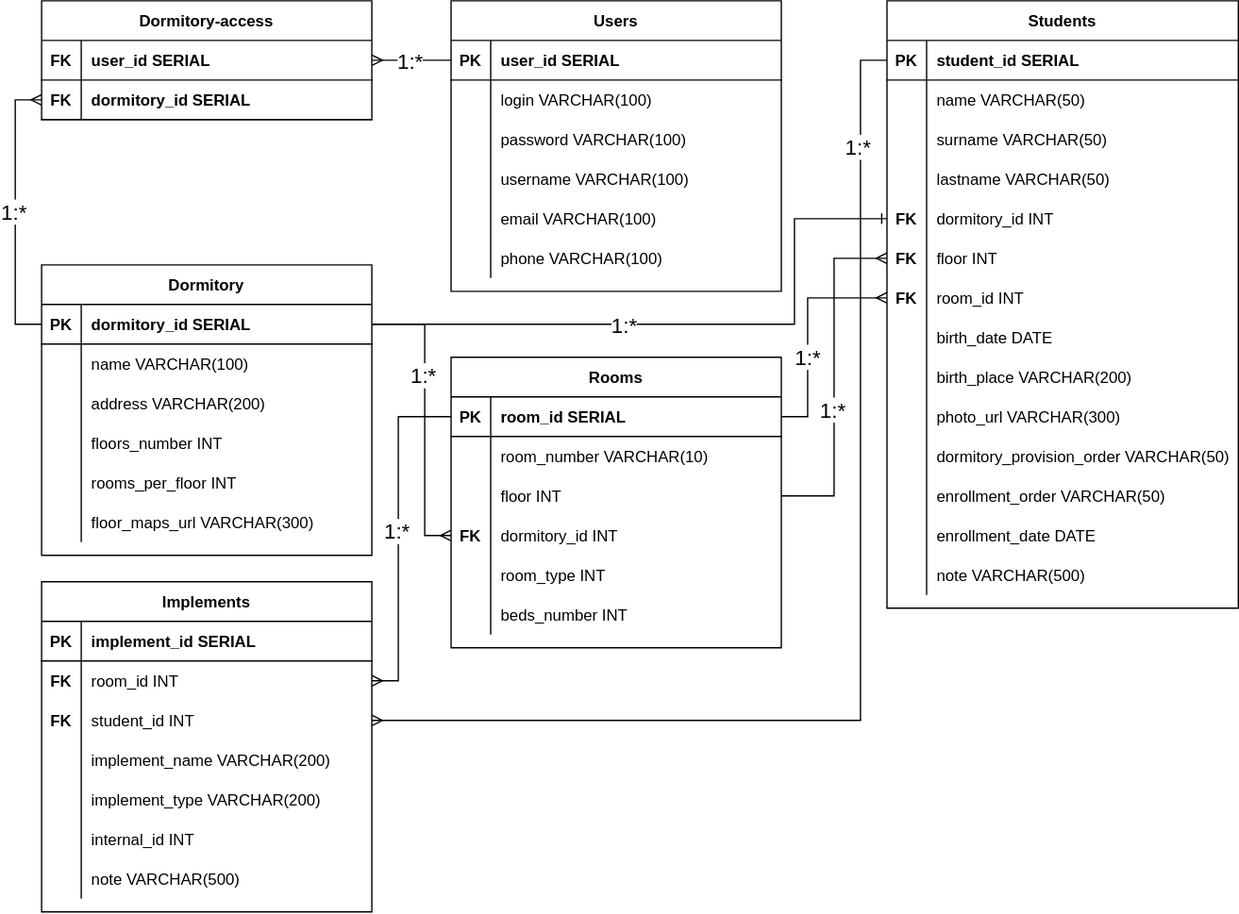
Before: documentation/Dormitory_erd.drawio.svg, a diagram exported from draw.io (vedrent/dormitory-tracker). Source tidied: cells renumbered, new cells last; positions are measured from the earlier drawing's top-left corner, leaving out a move shared by most shapes.
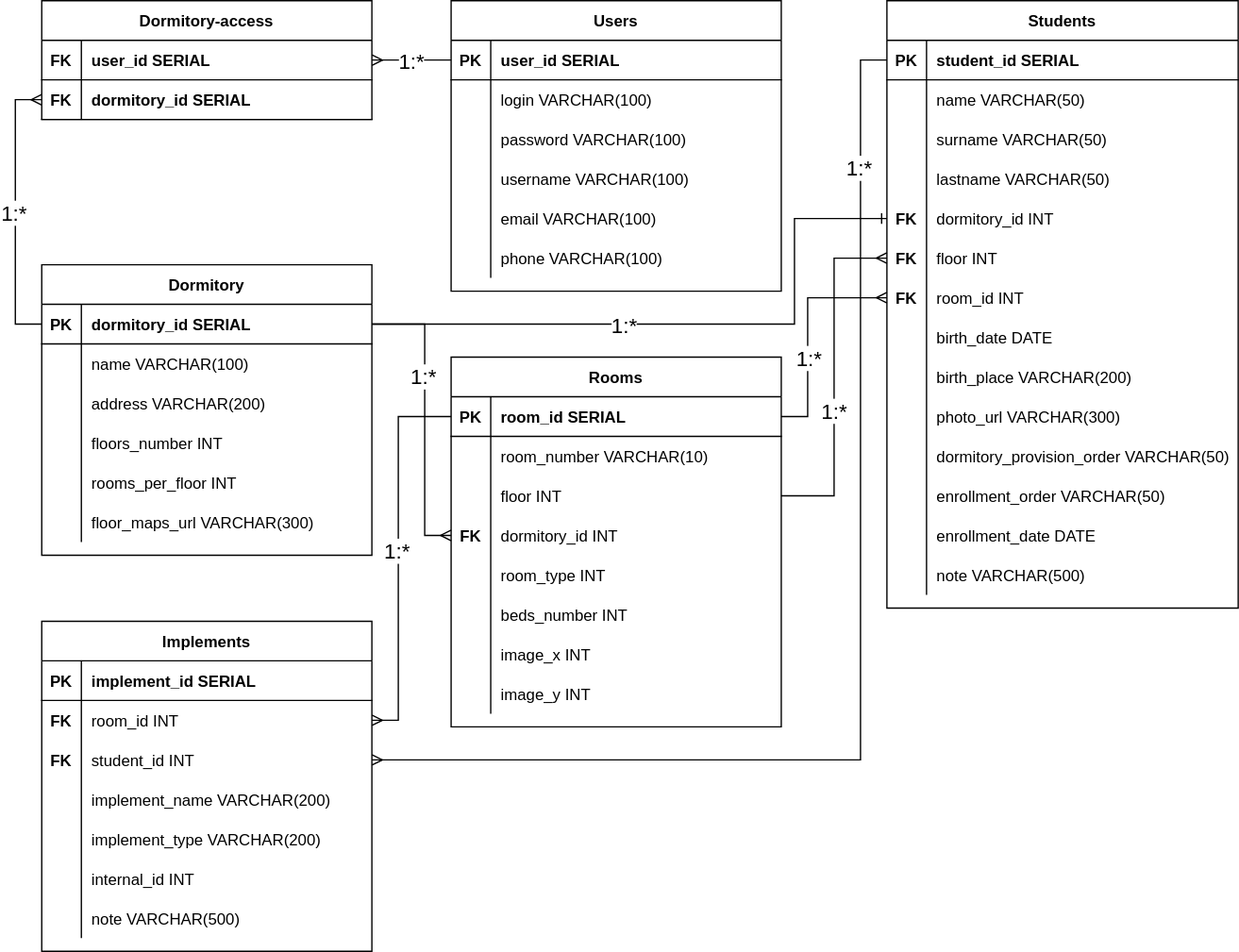
The same file after the commit.

Change to the diagram source:
```diff
@@ -292,7 +292,7 @@
       <mxGeometry y="2" relative="1" as="geometry" />
     </mxCell>
     <mxCell id="96" value="Rooms" style="shape=table;startSize=30;rowLines=0;fontStyle=1;align=center;" parent="1" vertex="1">
-      <mxGeometry x="310" y="270" width="250" height="220" as="geometry" />
+      <mxGeometry x="310" y="270" width="250" height="280" as="geometry" />
     </mxCell>
     <mxCell id="97" style="shape=partialRectangle;fillColor=none;points=[[0,0.5],[1,0.5]];portConstraint=eastwest;top=0;left=0;right=0;bottom=1;" parent="96" vertex="1">
       <mxGeometry y="30" width="250" height="30" as="geometry" />
@@ -348,6 +348,24 @@
     <mxCell id="114" value="beds_number INT" style="shape=partialRectangle;overflow=hidden;fillColor=none;top=0;left=0;bottom=0;right=0;align=left;spacingLeft=6;" parent="112" vertex="1">
       <mxGeometry x="30" width="220" height="30" as="geometry" />
     </mxCell>
+    <mxCell id="147" style="shape=partialRectangle;fillColor=none;top=0;left=0;right=0;bottom=0;" parent="96" vertex="1">
+      <mxGeometry y="210" width="250" height="30" as="geometry" />
+    </mxCell>
+    <mxCell id="148" style="shape=partialRectangle;overflow=hidden;fillColor=none;top=0;left=0;bottom=0;right=0;" parent="147" vertex="1">
+      <mxGeometry width="30" height="30" as="geometry" />
+    </mxCell>
+    <mxCell id="149" value="image_x INT" style="shape=partialRectangle;overflow=hidden;fillColor=none;top=0;left=0;bottom=0;right=0;align=left;spacingLeft=6;" parent="147" vertex="1">
+      <mxGeometry x="30" width="220" height="30" as="geometry" />
+    </mxCell>
+    <mxCell id="150" style="shape=partialRectangle;fillColor=none;top=0;left=0;right=0;bottom=0;" parent="96" vertex="1">
+      <mxGeometry y="240" width="250" height="30" as="geometry" />
+    </mxCell>
+    <mxCell id="151" style="shape=partialRectangle;overflow=hidden;fillColor=none;top=0;left=0;bottom=0;right=0;" parent="150" vertex="1">
+      <mxGeometry width="30" height="30" as="geometry" />
+    </mxCell>
+    <mxCell id="152" value="image_y INT" style="shape=partialRectangle;overflow=hidden;fillColor=none;top=0;left=0;bottom=0;right=0;align=left;spacingLeft=6;" parent="150" vertex="1">
+      <mxGeometry x="30" width="220" height="30" as="geometry" />
+    </mxCell>
     <mxCell id="115" style="edgeStyle=orthogonalEdgeStyle;rounded=0;jettySize=auto;html=1;exitX=1;exitY=0.5;exitDx=0;exitDy=0;entryX=0;entryY=0.5;entryDx=0;entryDy=0;endArrow=ERmany;endFill=0;" parent="1" edge="1" source="97" target="21">
       <mxGeometry relative="1" as="geometry">
         <Array as="points">
@@ -362,7 +380,7 @@
       </mxGeometry>
     </mxCell>
     <mxCell id="117" value="Implements" style="shape=table;startSize=30;rowLines=0;fontStyle=1;align=center;" parent="1" vertex="1">
-      <mxGeometry y="440" width="250" height="250" as="geometry" />
+      <mxGeometry y="470" width="250" height="250" as="geometry" />
     </mxCell>
     <mxCell id="118" style="shape=partialRectangle;fillColor=none;top=0;left=0;right=0;bottom=1;" parent="117" vertex="1">
       <mxGeometry y="30" width="250" height="30" as="geometry" />
@@ -431,7 +449,7 @@
       <mxGeometry relative="1" as="geometry">
         <Array as="points">
           <mxPoint x="270" y="315" />
-          <mxPoint x="270" y="515" />
+          <mxPoint x="270" y="545" />
         </Array>
       </mxGeometry>
     </mxCell>
@@ -442,7 +460,7 @@
       <mxGeometry relative="1" as="geometry">
         <Array as="points">
           <mxPoint x="620" y="45" />
-          <mxPoint x="620" y="545" />
+          <mxPoint x="620" y="575" />
         </Array>
       </mxGeometry>
     </mxCell>
```
